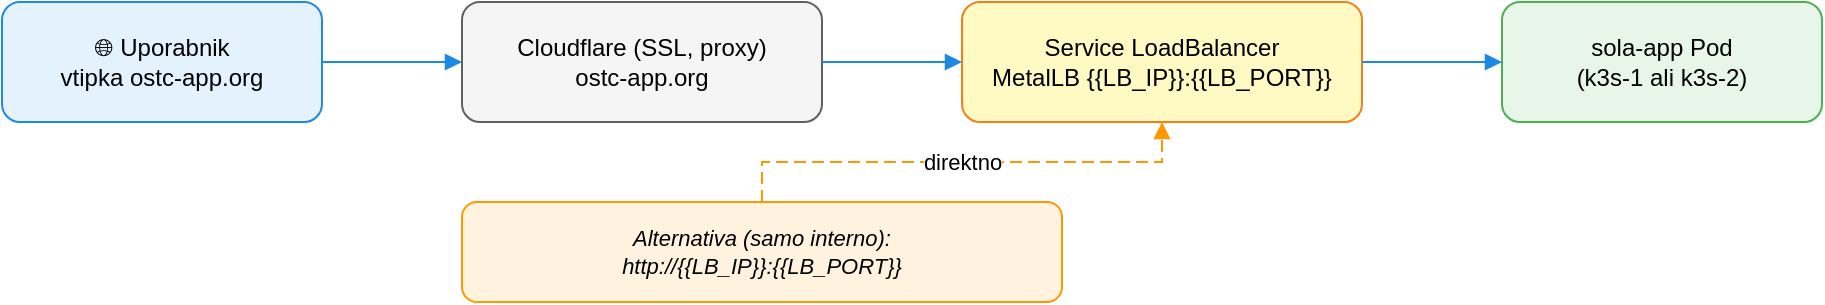
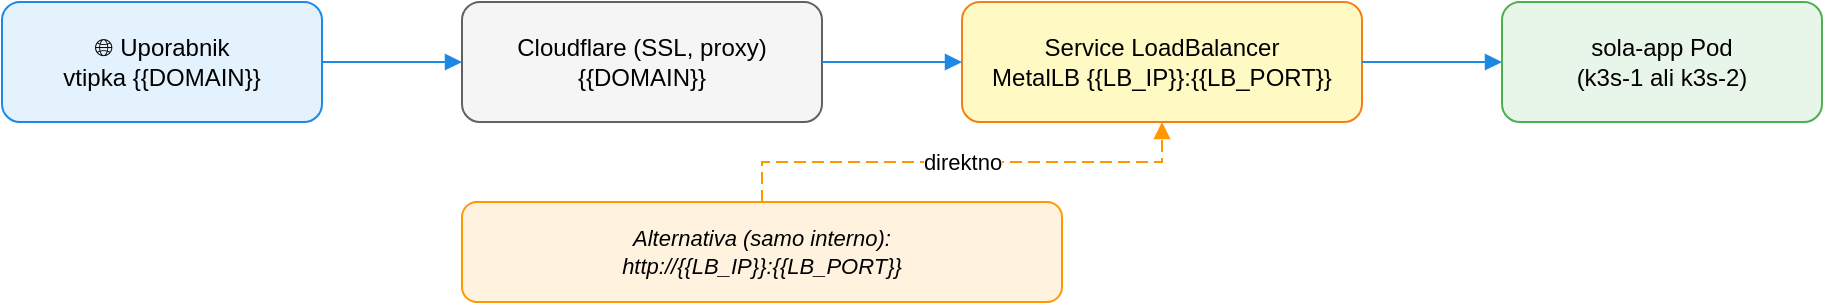
<?xml version="1.0" encoding="UTF-8"?>
<mxfile host="app.diagrams.net" agent="Hermes Agent=" version="24.2.5">
  <diagram name="prometni-tok" id="diagram-prometni-tok.drawio">
    <mxGraphModel dx="1000" dy="600" grid="1" gridSize="10" guides="1" tooltips="1" connect="1" arrows="1" fold="1" page="1" pageScale="1" pageWidth="827" pageHeight="1169" math="0" shadow="0">
      <root>
        <mxCell id="0" />
        <mxCell id="1" parent="0" />
-         <mxCell id="d2-2" value="🌐 Uporabnik&#xa;vtipka ostc-app.org" style="rounded=1;whiteSpace=wrap;html=1;fillColor=#E3F2FD;strokeColor=#1E88E5;fontSize=12;" vertex="1" parent="1">
+         <mxCell id="d2-2" value="🌐 Uporabnik&#xa;vtipka {{DOMAIN}}" style="rounded=1;whiteSpace=wrap;html=1;fillColor=#E3F2FD;strokeColor=#1E88E5;fontSize=12;" vertex="1" parent="1">
          <mxGeometry x="10" y="10" width="160" height="60" as="geometry" />
        </mxCell>
-         <mxCell id="d2-3" value="Cloudflare (SSL, proxy)&#xa;ostc-app.org" style="rounded=1;whiteSpace=wrap;html=1;fillColor=#F5F5F5;strokeColor=#616161;fontSize=12;" vertex="1" parent="1">
+         <mxCell id="d2-3" value="Cloudflare (SSL, proxy)&#xa;{{DOMAIN}}" style="rounded=1;whiteSpace=wrap;html=1;fillColor=#F5F5F5;strokeColor=#616161;fontSize=12;" vertex="1" parent="1">
          <mxGeometry x="240" y="10" width="180" height="60" as="geometry" />
        </mxCell>
        <mxCell id="d2-4" value="Service LoadBalancer&#xa;MetalLB {{LB_IP}}:{{LB_PORT}}" style="rounded=1;whiteSpace=wrap;html=1;fillColor=#FFF9C4;strokeColor=#F57F17;fontSize=12;" vertex="1" parent="1">
          <mxGeometry x="490" y="10" width="200" height="60" as="geometry" />
        </mxCell>
        <mxCell id="d2-5" value="sola-app Pod&#xa;(k3s-1 ali k3s-2)" style="rounded=1;whiteSpace=wrap;html=1;fillColor=#E8F5E9;strokeColor=#4CAF50;fontSize=12;" vertex="1" parent="1">
          <mxGeometry x="760" y="10" width="160" height="60" as="geometry" />
        </mxCell>
        <mxCell id="d2-6" value="Alternativa (samo interno):&#xa;http://{{LB_IP}}:{{LB_PORT}}" style="rounded=1;whiteSpace=wrap;html=1;fillColor=#FFF3E0;strokeColor=#FF9800;fontSize=11;fontStyle=2;" vertex="1" parent="1">
          <mxGeometry x="240" y="110" width="300" height="50" as="geometry" />
        </mxCell>
        <mxCell id="d2-7" style="edgeStyle=orthogonalEdgeStyle;rounded=0;orthogonalLoop=1;jettySize=auto;html=1;endArrow=block;strokeColor=#1E88E5;" edge="1" parent="1" source="d2-2" target="d2-3">
          <mxGeometry relative="1" as="geometry" />
        </mxCell>
        <mxCell id="d2-8" style="edgeStyle=orthogonalEdgeStyle;rounded=0;orthogonalLoop=1;jettySize=auto;html=1;endArrow=block;strokeColor=#1E88E5;" edge="1" parent="1" source="d2-3" target="d2-4">
          <mxGeometry relative="1" as="geometry" />
        </mxCell>
        <mxCell id="d2-9" style="edgeStyle=orthogonalEdgeStyle;rounded=0;orthogonalLoop=1;jettySize=auto;html=1;endArrow=block;strokeColor=#1E88E5;" edge="1" parent="1" source="d2-4" target="d2-5">
          <mxGeometry relative="1" as="geometry" />
        </mxCell>
        <mxCell id="d2-10" value="direktno" style="edgeStyle=orthogonalEdgeStyle;rounded=0;orthogonalLoop=1;jettySize=auto;html=1;endArrow=block;dashed=1;dashPattern=6 3;strokeColor=#FF9800;" edge="1" parent="1" source="d2-6" target="d2-4">
          <mxGeometry relative="1" as="geometry">
            <mxPoint as="offset" />
          </mxGeometry>
        </mxCell>
      </root>
    </mxGraphModel>
  </diagram>
</mxfile>